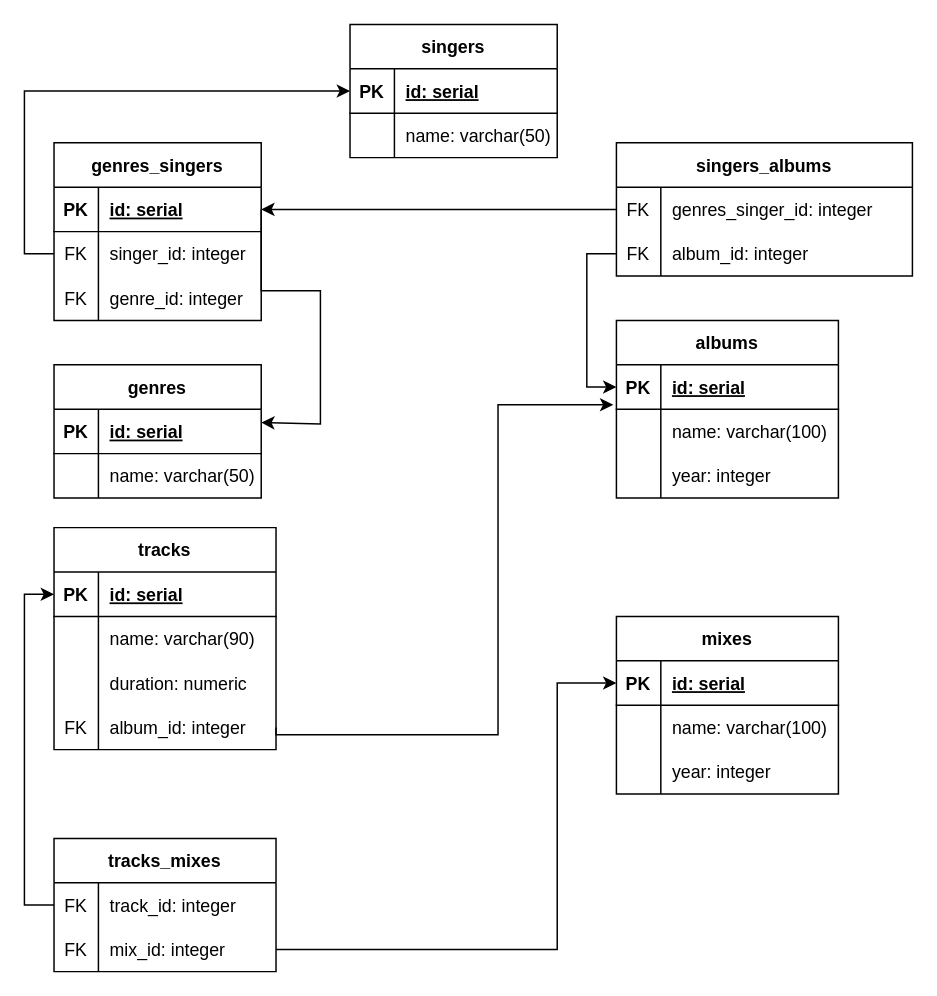
Before: music_service.drawio in LyudmilaLushchik/demo, a draw.io diagram. Source tidied: cells renumbered, new cells numbered last; positions are measured from the earlier drawing's top-left corner, leaving out a move shared by most shapes. Both pictures are drawn from the tidied source at 148%, with x=0, y=0 at pixel (53, 24).
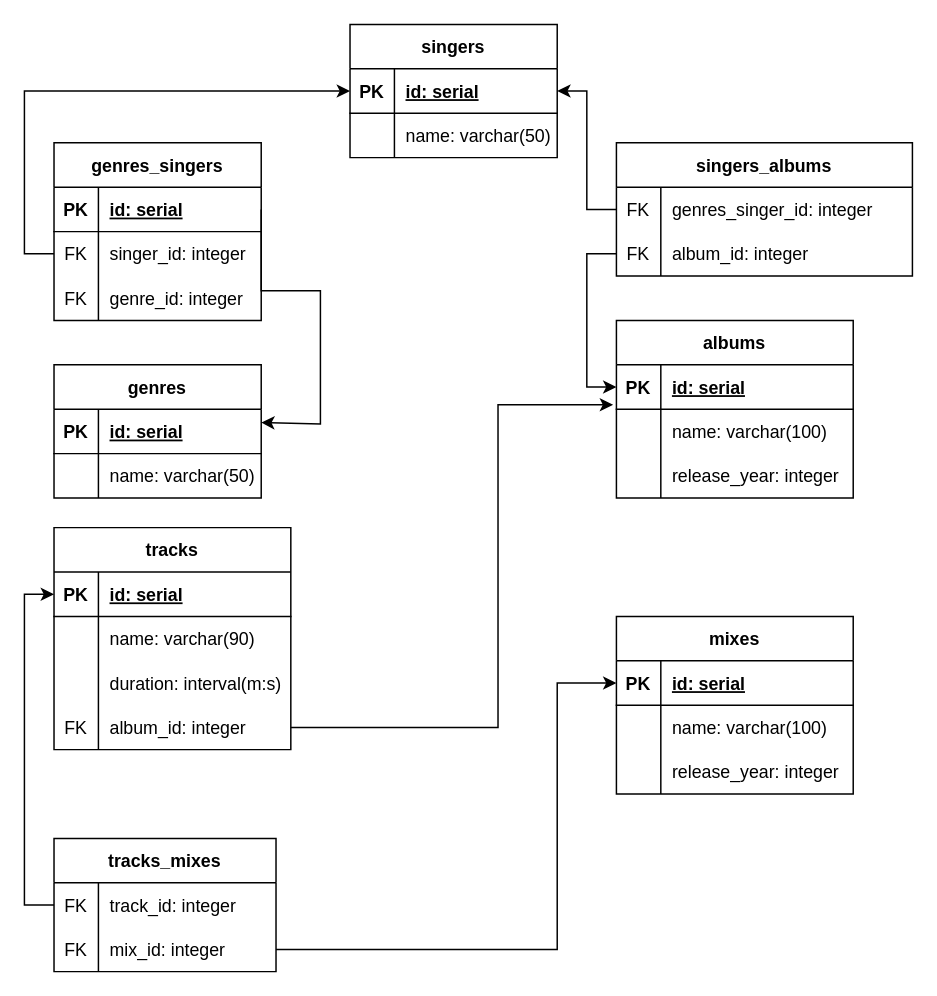
Above is the later version.

The change refers to these unchanged cells:
```xml
<mxCell id="26" style="shape=tableRow;horizontal=0;startSize=0;swimlaneHead=0;swimlaneBody=0;fillColor=none;points=[[0,0.5],[1,0.5]];portConstraint=eastwest;top=0;left=0;right=0;bottom=1;" parent="25" vertex="1">
  <mxGeometry y="30" width="140" height="30" as="geometry" />
</mxCell>
<mxCell id="50" style="shape=tableRow;horizontal=0;startSize=0;swimlaneHead=0;swimlaneBody=0;fillColor=none;points=[[0,0.5],[1,0.5]];portConstraint=eastwest;top=0;left=0;right=0;bottom=0;" parent="49" vertex="1">
  <mxGeometry y="30" width="200" height="30" as="geometry" />
</mxCell>
<mxCell id="80" style="shape=tableRow;horizontal=0;startSize=0;swimlaneHead=0;swimlaneBody=0;fillColor=none;points=[[0,0.5],[1,0.5]];portConstraint=eastwest;top=0;left=0;right=0;bottom=1;" parent="1" vertex="1">
  <mxGeometry y="110" width="140" height="30" as="geometry" />
</mxCell>
```

The edit, as a diff of the source:
```diff
@@
     <mxCell id="2" value="albums" style="shape=table;startSize=30;childLayout=tableLayout;rowLines=0;fontStyle=1;align=center;" parent="1" vertex="1">
-      <mxGeometry x="380" y="200" width="150" height="120" as="geometry" />
+      <mxGeometry x="380" y="200" width="160" height="120" as="geometry" />
     </mxCell>
     <mxCell id="3" style="shape=tableRow;horizontal=0;startSize=0;swimlaneHead=0;swimlaneBody=0;fillColor=none;points=[[0,0.5],[1,0.5]];portConstraint=eastwest;top=0;left=0;right=0;bottom=1;" parent="2" vertex="1">
-      <mxGeometry y="30" width="150" height="30" as="geometry" />
+      <mxGeometry y="30" width="160" height="30" as="geometry" />
     </mxCell>
@@
     <mxCell id="5" value="id: serial" style="shape=partialRectangle;fillColor=none;top=0;left=0;bottom=0;right=0;align=left;spacingLeft=6;fontStyle=5;overflow=hidden;" parent="3" vertex="1">
-      <mxGeometry x="30" width="120" height="30" as="geometry" />
+      <mxGeometry x="30" width="130" height="30" as="geometry" />
     </mxCell>
     <mxCell id="6" style="shape=tableRow;horizontal=0;startSize=0;swimlaneHead=0;swimlaneBody=0;fillColor=none;top=0;left=0;right=0;bottom=0;" parent="2" vertex="1">
-      <mxGeometry y="60" width="150" height="30" as="geometry" />
+      <mxGeometry y="60" width="160" height="30" as="geometry" />
     </mxCell>
@@
     <mxCell id="8" value="name: varchar(100)" style="shape=partialRectangle;fillColor=none;top=0;left=0;bottom=0;right=0;align=left;spacingLeft=6;overflow=hidden;" parent="6" vertex="1">
-      <mxGeometry x="30" width="120" height="30" as="geometry" />
+      <mxGeometry x="30" width="130" height="30" as="geometry" />
     </mxCell>
     <mxCell id="9" style="shape=tableRow;horizontal=0;startSize=0;swimlaneHead=0;swimlaneBody=0;fillColor=none;top=0;left=0;right=0;bottom=0;" parent="2" vertex="1">
-      <mxGeometry y="90" width="150" height="30" as="geometry" />
+      <mxGeometry y="90" width="160" height="30" as="geometry" />
     </mxCell>
@@
-    <mxCell id="11" value="year: integer" style="shape=partialRectangle;fillColor=none;top=0;left=0;bottom=0;right=0;align=left;spacingLeft=6;overflow=hidden;" parent="9" vertex="1">
-      <mxGeometry x="30" width="120" height="30" as="geometry" />
+    <mxCell id="11" value="release_year: integer" style="shape=partialRectangle;fillColor=none;top=0;left=0;bottom=0;right=0;align=left;spacingLeft=6;overflow=hidden;" parent="9" vertex="1">
+      <mxGeometry x="30" width="130" height="30" as="geometry" />
     </mxCell>
     <mxCell id="12" value="tracks" style="shape=table;startSize=30;childLayout=tableLayout;rowLines=0;fontStyle=1;align=center;" parent="1" vertex="1">
-      <mxGeometry y="340" width="150" height="150" as="geometry" />
+      <mxGeometry y="340" width="160" height="150" as="geometry" />
     </mxCell>
     <mxCell id="13" style="shape=tableRow;horizontal=0;startSize=0;swimlaneHead=0;swimlaneBody=0;fillColor=none;points=[[0,0.5],[1,0.5]];portConstraint=eastwest;top=0;left=0;right=0;bottom=1;" parent="12" vertex="1">
-      <mxGeometry y="30" width="150" height="30" as="geometry" />
+      <mxGeometry y="30" width="160" height="30" as="geometry" />
     </mxCell>
@@
     <mxCell id="15" value="id: serial" style="shape=partialRectangle;fillColor=none;top=0;left=0;bottom=0;right=0;align=left;spacingLeft=6;fontStyle=5;overflow=hidden;" parent="13" vertex="1">
-      <mxGeometry x="30" width="120" height="30" as="geometry" />
+      <mxGeometry x="30" width="130" height="30" as="geometry" />
     </mxCell>
     <mxCell id="16" style="shape=tableRow;horizontal=0;startSize=0;swimlaneHead=0;swimlaneBody=0;fillColor=none;top=0;left=0;right=0;bottom=0;" parent="12" vertex="1">
-      <mxGeometry y="60" width="150" height="30" as="geometry" />
+      <mxGeometry y="60" width="160" height="30" as="geometry" />
     </mxCell>
@@
     <mxCell id="18" value="name: varchar(90)" style="shape=partialRectangle;fillColor=none;top=0;left=0;bottom=0;right=0;align=left;spacingLeft=6;overflow=hidden;" parent="16" vertex="1">
-      <mxGeometry x="30" width="120" height="30" as="geometry" />
+      <mxGeometry x="30" width="130" height="30" as="geometry" />
     </mxCell>
     <mxCell id="19" style="shape=tableRow;horizontal=0;startSize=0;swimlaneHead=0;swimlaneBody=0;fillColor=none;top=0;left=0;right=0;bottom=0;" parent="12" vertex="1">
-      <mxGeometry y="90" width="150" height="30" as="geometry" />
+      <mxGeometry y="90" width="160" height="30" as="geometry" />
     </mxCell>
@@
-    <mxCell id="21" value="duration: numeric" style="shape=partialRectangle;fillColor=none;top=0;left=0;bottom=0;right=0;align=left;spacingLeft=6;overflow=hidden;" parent="19" vertex="1">
-      <mxGeometry x="30" width="120" height="30" as="geometry" />
+    <mxCell id="21" value="duration: interval(m:s)" style="shape=partialRectangle;fillColor=none;top=0;left=0;bottom=0;right=0;align=left;spacingLeft=6;overflow=hidden;" parent="19" vertex="1">
+      <mxGeometry x="30" width="130" height="30" as="geometry" />
     </mxCell>
     <mxCell id="22" style="shape=tableRow;horizontal=0;startSize=0;swimlaneHead=0;swimlaneBody=0;fillColor=none;points=[[0,0.5],[1,0.5]];portConstraint=eastwest;top=0;left=0;right=0;bottom=0;" parent="12" vertex="1">
-      <mxGeometry y="120" width="150" height="30" as="geometry" />
+      <mxGeometry y="120" width="160" height="30" as="geometry" />
     </mxCell>
@@
     <mxCell id="24" value="album_id: integer" style="shape=partialRectangle;fillColor=none;top=0;left=0;bottom=0;right=0;align=left;spacingLeft=6;overflow=hidden;" parent="22" vertex="1">
-      <mxGeometry x="30" width="120" height="30" as="geometry" />
+      <mxGeometry x="30" width="130" height="30" as="geometry" />
     </mxCell>
@@
     <mxCell id="63" value="mixes" style="shape=table;startSize=30;childLayout=tableLayout;rowLines=0;fontStyle=1;align=center;" parent="1" vertex="1">
-      <mxGeometry x="380" y="400" width="150" height="120" as="geometry" />
+      <mxGeometry x="380" y="400" width="160" height="120" as="geometry" />
     </mxCell>
     <mxCell id="64" style="shape=tableRow;horizontal=0;startSize=0;swimlaneHead=0;swimlaneBody=0;fillColor=none;points=[[0,0.5],[1,0.5]];portConstraint=eastwest;top=0;left=0;right=0;bottom=1;" parent="63" vertex="1">
-      <mxGeometry y="30" width="150" height="30" as="geometry" />
+      <mxGeometry y="30" width="160" height="30" as="geometry" />
     </mxCell>
@@
     <mxCell id="66" value="id: serial" style="shape=partialRectangle;fillColor=none;top=0;left=0;bottom=0;right=0;align=left;spacingLeft=6;fontStyle=5;overflow=hidden;" parent="64" vertex="1">
-      <mxGeometry x="30" width="120" height="30" as="geometry" />
+      <mxGeometry x="30" width="130" height="30" as="geometry" />
     </mxCell>
     <mxCell id="67" style="shape=tableRow;horizontal=0;startSize=0;swimlaneHead=0;swimlaneBody=0;fillColor=none;top=0;left=0;right=0;bottom=0;" parent="63" vertex="1">
-      <mxGeometry y="60" width="150" height="30" as="geometry" />
+      <mxGeometry y="60" width="160" height="30" as="geometry" />
     </mxCell>
@@
     <mxCell id="69" value="name: varchar(100)" style="shape=partialRectangle;fillColor=none;top=0;left=0;bottom=0;right=0;align=left;spacingLeft=6;overflow=hidden;" parent="67" vertex="1">
-      <mxGeometry x="30" width="120" height="30" as="geometry" />
+      <mxGeometry x="30" width="130" height="30" as="geometry" />
     </mxCell>
     <mxCell id="70" style="shape=tableRow;horizontal=0;startSize=0;swimlaneHead=0;swimlaneBody=0;fillColor=none;top=0;left=0;right=0;bottom=0;" parent="63" vertex="1">
-      <mxGeometry y="90" width="150" height="30" as="geometry" />
+      <mxGeometry y="90" width="160" height="30" as="geometry" />
     </mxCell>
@@
-    <mxCell id="72" value="year: integer" style="shape=partialRectangle;fillColor=none;top=0;left=0;bottom=0;right=0;align=left;spacingLeft=6;overflow=hidden;" parent="70" vertex="1">
-      <mxGeometry x="30" width="120" height="30" as="geometry" />
+    <mxCell id="72" value="release_year: integer" style="shape=partialRectangle;fillColor=none;top=0;left=0;bottom=0;right=0;align=left;spacingLeft=6;overflow=hidden;" parent="70" vertex="1">
+      <mxGeometry x="30" width="130" height="30" as="geometry" />
     </mxCell>
@@
     <mxCell id="76" style="edgeStyle=orthogonalEdgeStyle;rounded=0;jettySize=auto;html=1;exitX=1;exitY=0.5;exitDx=0;exitDy=0;entryX=-0.014;entryY=0.9;entryDx=0;entryDy=0;entryPerimeter=0;" parent="1" edge="1" source="22" target="3">
       <mxGeometry relative="1" as="geometry">
         <Array as="points">
-          <mxPoint x="150" y="480" />
-          <mxPoint x="300" y="480" />
+          <mxPoint x="300" y="475" />
           <mxPoint x="300" y="257" />
         </Array>
       </mxGeometry>
     </mxCell>
@@
-    <mxCell id="79" style="edgeStyle=orthogonalEdgeStyle;rounded=0;jettySize=auto;html=1;exitX=0;exitY=0.5;exitDx=0;exitDy=0;entryX=1;entryY=0.5;entryDx=0;entryDy=0;" parent="1" edge="1" source="50" target="80">
-      <mxGeometry relative="1" as="geometry">
-        <Array as="points">
-          <mxPoint x="350" y="125" />
-          <mxPoint x="350" y="125" />
-        </Array>
-      </mxGeometry>
-    </mxCell>
@@
+    <mxCell id="83" style="edgeStyle=orthogonalEdgeStyle;rounded=0;jettySize=auto;html=1;exitX=0;exitY=0.5;exitDx=0;exitDy=0;entryX=1;entryY=0.5;entryDx=0;entryDy=0;" parent="1" edge="1" source="50" target="26">
+      <mxGeometry relative="1" as="geometry" />
+    </mxCell>
```
